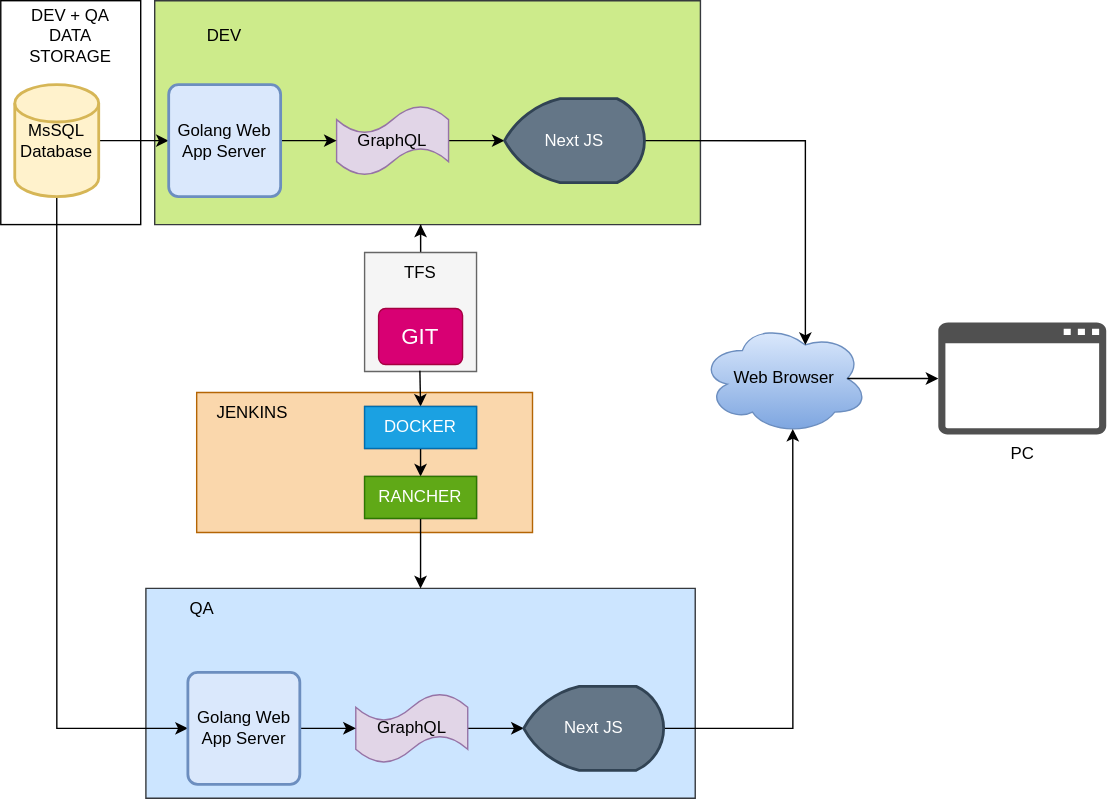
Earlier version of the draw.io export Untitled Diagram.svg (iamsyahidi/hello-world). Source tidied: cells renumbered, new cells last; positions are measured from the earlier drawing's top-left corner, leaving out a move shared by most shapes.
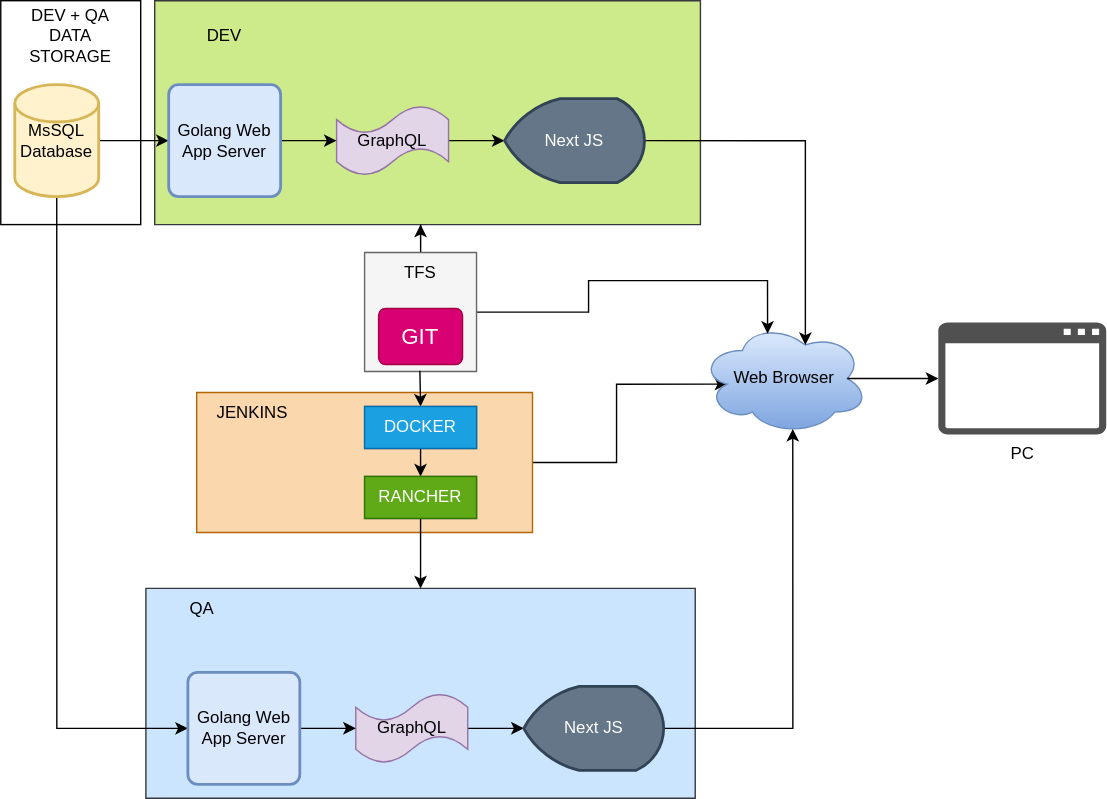
The same diagram one commit later.

Change to the diagram source:
```diff
@@ -2,6 +2,9 @@
   <root>
     <mxCell id="0" />
     <mxCell id="1" parent="0" />
+    <mxCell id="39" style="edgeStyle=orthogonalEdgeStyle;rounded=0;jettySize=auto;html=1;entryX=0.16;entryY=0.55;entryDx=0;entryDy=0;entryPerimeter=0;" parent="1" edge="1" source="2" target="3">
+      <mxGeometry relative="1" as="geometry" />
+    </mxCell>
     <mxCell id="2" style="verticalLabelPosition=bottom;verticalAlign=top;html=1;shape=mxgraph.basic.rect;fillColor2=none;strokeWidth=1;size=20;indent=5;fillColor=#fad7ac;strokeColor=#b46504;" parent="1" vertex="1">
       <mxGeometry x="140" y="280" width="240" height="100" as="geometry" />
     </mxCell>
@@ -19,6 +22,15 @@
         <mxPoint x="300" y="160" as="targetPoint" />
       </mxGeometry>
     </mxCell>
+    <mxCell id="40" style="edgeStyle=orthogonalEdgeStyle;rounded=0;jettySize=auto;html=1;entryX=0.4;entryY=0.1;entryDx=0;entryDy=0;entryPerimeter=0;" parent="1" edge="1" source="7" target="3">
+      <mxGeometry relative="1" as="geometry">
+        <Array as="points">
+          <mxPoint x="420" y="223" />
+          <mxPoint x="420" y="200" />
+          <mxPoint x="548" y="200" />
+        </Array>
+      </mxGeometry>
+    </mxCell>
     <mxCell id="7" style="verticalLabelPosition=bottom;verticalAlign=top;html=1;shape=mxgraph.basic.rect;fillColor2=none;strokeWidth=1;size=20;indent=5;fillColor=#f5f5f5;strokeColor=#666666;fontColor=#333333;" parent="1" vertex="1">
       <mxGeometry x="260" y="180" width="80" height="85" as="geometry" />
     </mxCell>
```
